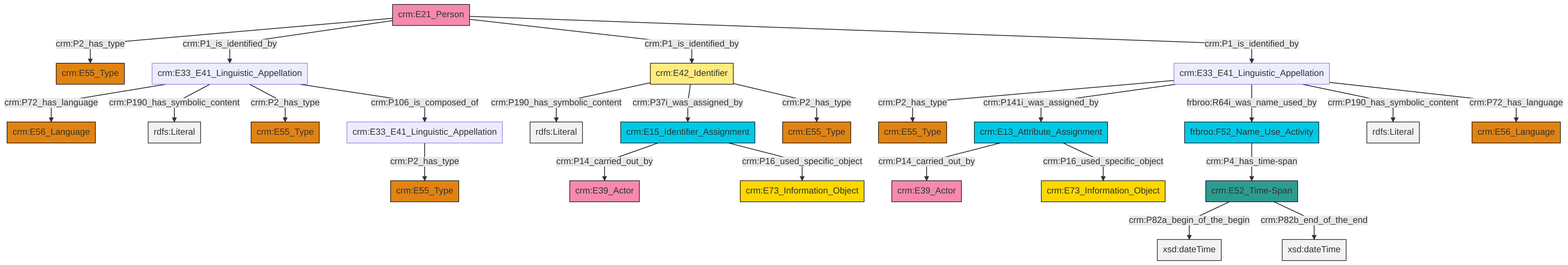
swiss-art-research-net/reference-data-models keeps this Mermaid diagram as et/personCSV/ttl/mmd/png/Person_Names_and_Classification.png. Above is the earlier version. Its source is kept beside it as et/personCSV/ttl/mmd/Person_Names_and_Classification.ttl.mmd.
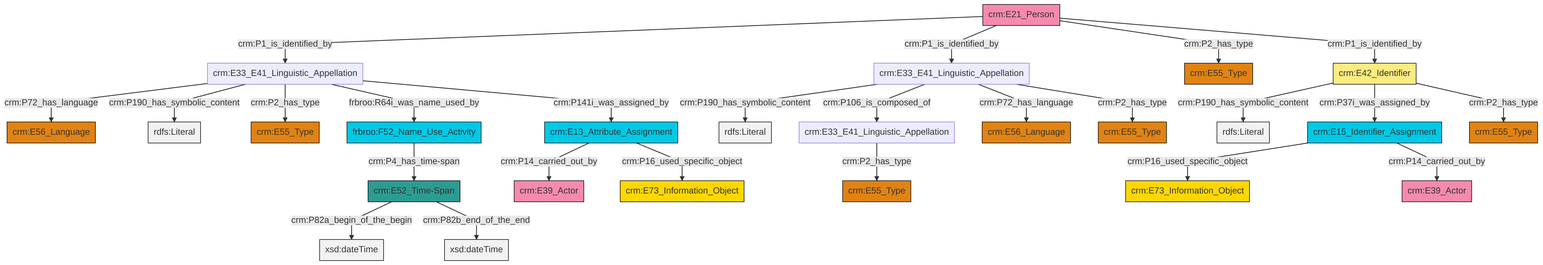
After the commit.

Diff of the diagram source:
```diff
@@ -13,27 +13,27 @@
 classDef PC_Classes fill:#4ce600, stroke:#000000;
 classDef Multi fill:#cccccc,stroke:#000000;
 
-0["crm:E13_Attribute_Assignment"]:::Temporal_Entity -->|crm:P14_carried_out_by| 1["crm:E39_Actor"]:::Actor
-2["crm:E33_E41_Linguistic_Appellation"]:::Default -->|crm:P72_has_language| 3["crm:E56_Language"]:::Type
-4["crm:E15_Identifier_Assignment"]:::Temporal_Entity -->|crm:P14_carried_out_by| 5["crm:E39_Actor"]:::Actor
-4["crm:E15_Identifier_Assignment"]:::Temporal_Entity -->|crm:P16_used_specific_object| 7["crm:E73_Information_Object"]:::Conceptual_Object
-22["crm:E52_Time-Span"]:::Time-Span -->|crm:P82a_begin_of_the_begin| 23[xsd:dateTime]:::Literal
-2["crm:E33_E41_Linguistic_Appellation"]:::Default -->|crm:P190_has_symbolic_content| 24[rdfs:Literal]:::Literal
-20["crm:E33_E41_Linguistic_Appellation"]:::Default -->|crm:P2_has_type| 17["crm:E55_Type"]:::Type
-27["crm:E42_Identifier"]:::Appellation -->|crm:P190_has_symbolic_content| 28[rdfs:Literal]:::Literal
-27["crm:E42_Identifier"]:::Appellation -->|crm:P37i_was_assigned_by| 4["crm:E15_Identifier_Assignment"]:::Temporal_Entity
-20["crm:E33_E41_Linguistic_Appellation"]:::Default -->|crm:P141i_was_assigned_by| 0["crm:E13_Attribute_Assignment"]:::Temporal_Entity
-20["crm:E33_E41_Linguistic_Appellation"]:::Default -->|frbroo:R64i_was_name_used_by| 32["frbroo:F52_Name_Use_Activity"]:::Temporal_Entity
-20["crm:E33_E41_Linguistic_Appellation"]:::Default -->|crm:P190_has_symbolic_content| 36[rdfs:Literal]:::Literal
-32["frbroo:F52_Name_Use_Activity"]:::Temporal_Entity -->|crm:P4_has_time-span| 22["crm:E52_Time-Span"]:::Time-Span
-27["crm:E42_Identifier"]:::Appellation -->|crm:P2_has_type| 10["crm:E55_Type"]:::Type
-34["crm:E21_Person"]:::Actor -->|crm:P2_has_type| 14["crm:E55_Type"]:::Type
-2["crm:E33_E41_Linguistic_Appellation"]:::Default -->|crm:P2_has_type| 12["crm:E55_Type"]:::Type
-34["crm:E21_Person"]:::Actor -->|crm:P1_is_identified_by| 2["crm:E33_E41_Linguistic_Appellation"]:::Default
-34["crm:E21_Person"]:::Actor -->|crm:P1_is_identified_by| 27["crm:E42_Identifier"]:::Appellation
-20["crm:E33_E41_Linguistic_Appellation"]:::Default -->|crm:P72_has_language| 37["crm:E56_Language"]:::Type
-34["crm:E21_Person"]:::Actor -->|crm:P1_is_identified_by| 20["crm:E33_E41_Linguistic_Appellation"]:::Default
-2["crm:E33_E41_Linguistic_Appellation"]:::Default -->|crm:P106_is_composed_of| 25["crm:E33_E41_Linguistic_Appellation"]:::Default
-25["crm:E33_E41_Linguistic_Appellation"]:::Default -->|crm:P2_has_type| 43["crm:E55_Type"]:::Type
-22["crm:E52_Time-Span"]:::Time-Span -->|crm:P82b_end_of_the_end| 46[xsd:dateTime]:::Literal
-0["crm:E13_Attribute_Assignment"]:::Temporal_Entity -->|crm:P16_used_specific_object| 40["crm:E73_Information_Object"]:::Conceptual_Object
+0["crm:E21_Person"]:::Actor -->|crm:P1_is_identified_by| 1["crm:E33_E41_Linguistic_Appellation"]:::Default
+6["crm:E33_E41_Linguistic_Appellation"]:::Default -->|crm:P190_has_symbolic_content| 19[rdfs:Literal]:::Literal
+14["crm:E13_Attribute_Assignment"]:::Temporal_Entity -->|crm:P14_carried_out_by| 20["crm:E39_Actor"]:::Actor
+21["crm:E15_Identifier_Assignment"]:::Temporal_Entity -->|crm:P16_used_specific_object| 12["crm:E73_Information_Object"]:::Conceptual_Object
+17["frbroo:F52_Name_Use_Activity"]:::Temporal_Entity -->|crm:P4_has_time-span| 24["crm:E52_Time-Span"]:::Time-Span
+14["crm:E13_Attribute_Assignment"]:::Temporal_Entity -->|crm:P16_used_specific_object| 25["crm:E73_Information_Object"]:::Conceptual_Object
+21["crm:E15_Identifier_Assignment"]:::Temporal_Entity -->|crm:P14_carried_out_by| 22["crm:E39_Actor"]:::Actor
+26["crm:E42_Identifier"]:::Appellation -->|crm:P190_has_symbolic_content| 27[rdfs:Literal]:::Literal
+26["crm:E42_Identifier"]:::Appellation -->|crm:P37i_was_assigned_by| 21["crm:E15_Identifier_Assignment"]:::Temporal_Entity
+6["crm:E33_E41_Linguistic_Appellation"]:::Default -->|crm:P106_is_composed_of| 2["crm:E33_E41_Linguistic_Appellation"]:::Default
+0["crm:E21_Person"]:::Actor -->|crm:P1_is_identified_by| 6["crm:E33_E41_Linguistic_Appellation"]:::Default
+24["crm:E52_Time-Span"]:::Time-Span -->|crm:P82a_begin_of_the_begin| 30[xsd:dateTime]:::Literal
+1["crm:E33_E41_Linguistic_Appellation"]:::Default -->|crm:P72_has_language| 4["crm:E56_Language"]:::Type
+2["crm:E33_E41_Linguistic_Appellation"]:::Default -->|crm:P2_has_type| 32["crm:E55_Type"]:::Type
+0["crm:E21_Person"]:::Actor -->|crm:P2_has_type| 33["crm:E55_Type"]:::Type
+26["crm:E42_Identifier"]:::Appellation -->|crm:P2_has_type| 8["crm:E55_Type"]:::Type
+0["crm:E21_Person"]:::Actor -->|crm:P1_is_identified_by| 26["crm:E42_Identifier"]:::Appellation
+1["crm:E33_E41_Linguistic_Appellation"]:::Default -->|crm:P190_has_symbolic_content| 36[rdfs:Literal]:::Literal
+1["crm:E33_E41_Linguistic_Appellation"]:::Default -->|crm:P2_has_type| 37["crm:E55_Type"]:::Type
+6["crm:E33_E41_Linguistic_Appellation"]:::Default -->|crm:P72_has_language| 10["crm:E56_Language"]:::Type
+24["crm:E52_Time-Span"]:::Time-Span -->|crm:P82b_end_of_the_end| 41[xsd:dateTime]:::Literal
+1["crm:E33_E41_Linguistic_Appellation"]:::Default -->|frbroo:R64i_was_name_used_by| 17["frbroo:F52_Name_Use_Activity"]:::Temporal_Entity
+1["crm:E33_E41_Linguistic_Appellation"]:::Default -->|crm:P141i_was_assigned_by| 14["crm:E13_Attribute_Assignment"]:::Temporal_Entity
+6["crm:E33_E41_Linguistic_Appellation"]:::Default -->|crm:P2_has_type| 39["crm:E55_Type"]:::Type
```
